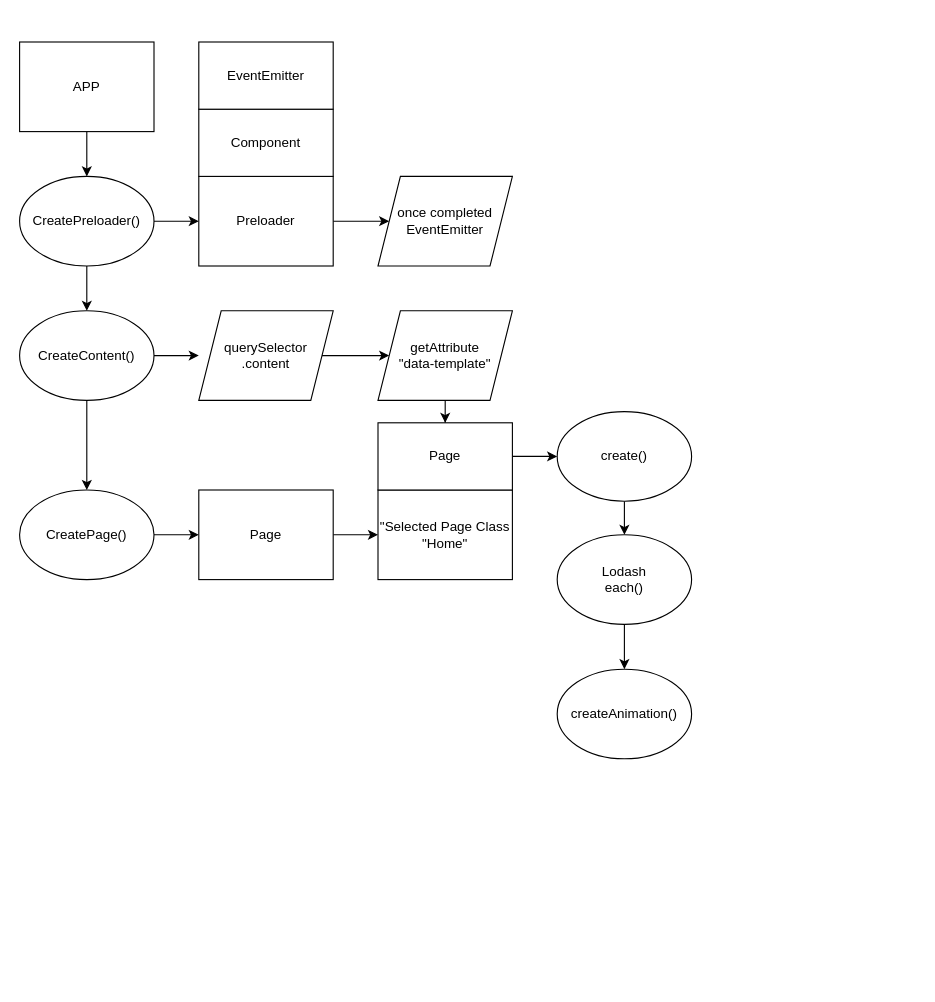
Earlier version of the draw.io diagram Untitled Diagram.drawio (Projet-360/Cours). Source tidied: cells renumbered, new cells numbered last; positions are measured from the earlier drawing's top-left corner, leaving out a move shared by most shapes. Both pictures are drawn from the tidied source at 112%, with x=0, y=0 at pixel (19, 41).
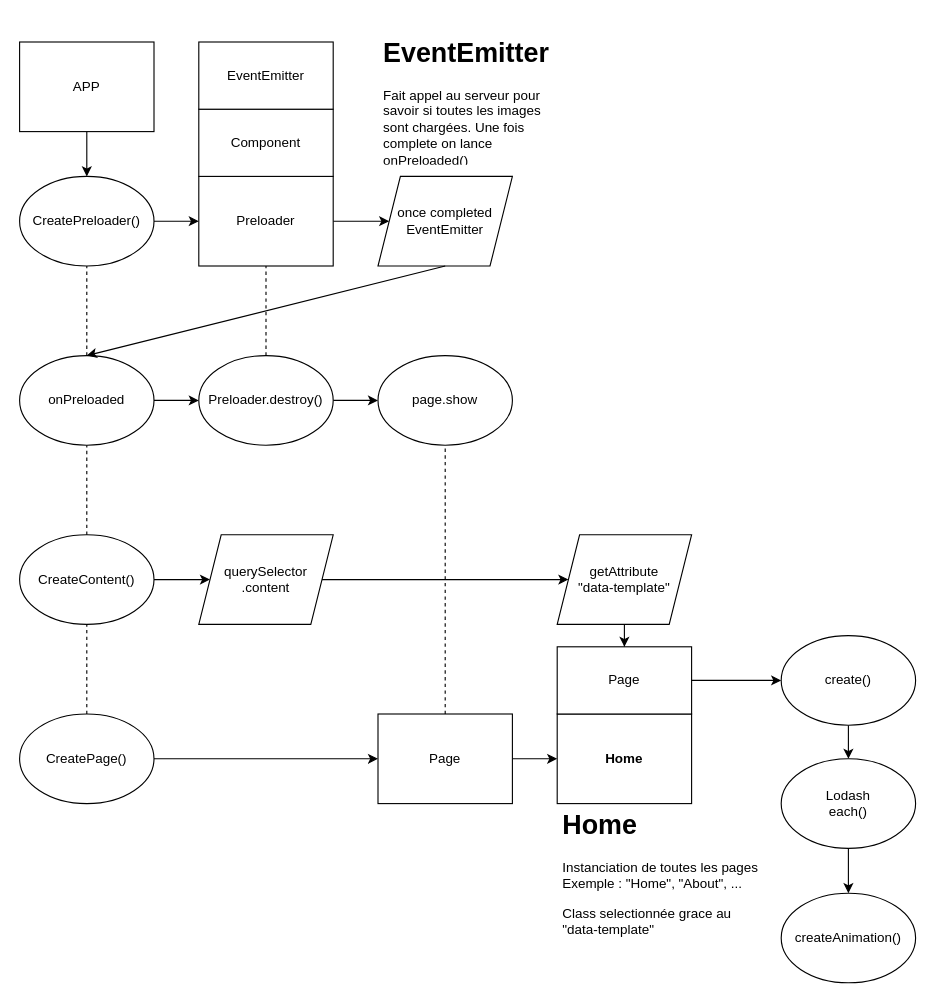
The same diagram, later.

The change refers to these unchanged cells:
```xml
<mxCell id="6" value="CreatePreloader()" style="ellipse;whiteSpace=wrap;html=1;" parent="1" vertex="1">
  <mxGeometry y="120" width="120" height="80" as="geometry" />
</mxCell>
<mxCell id="8" value="Preloader" style="rounded=0;whiteSpace=wrap;html=1;" parent="1" vertex="1">
  <mxGeometry x="160" y="120" width="120" height="80" as="geometry" />
</mxCell>
<mxCell id="14" value="&lt;span&gt;once completed&lt;/span&gt;&lt;br&gt;&lt;span&gt;EventEmitter&lt;/span&gt;" style="shape=parallelogram;perimeter=parallelogramPerimeter;whiteSpace=wrap;html=1;fixedSize=1;rounded=0;" parent="1" vertex="1">
  <mxGeometry x="320" y="120" width="120" height="80" as="geometry" />
</mxCell>
```

Change to the diagram source:
```diff
@@
-    <mxCell id="5" style="edgeStyle=orthogonalEdgeStyle;rounded=0;jettySize=auto;html=1;" parent="1" edge="1" source="6" target="11">
-      <mxGeometry relative="1" as="geometry" />
-    </mxCell>
@@
-    <mxCell id="9" style="edgeStyle=orthogonalEdgeStyle;rounded=0;jettySize=auto;html=1;" parent="1" edge="1" source="11">
-      <mxGeometry relative="1" as="geometry">
-        <mxPoint x="160" y="280" as="targetPoint" />
-      </mxGeometry>
+    <mxCell id="9" style="edgeStyle=orthogonalEdgeStyle;rounded=0;jettySize=auto;html=1;entryX=0;entryY=0.5;entryDx=0;entryDy=0;" parent="1" edge="1" source="11" target="16">
+      <mxGeometry relative="1" as="geometry" />
     </mxCell>
-    <mxCell id="10" style="edgeStyle=orthogonalEdgeStyle;rounded=0;jettySize=auto;html=1;" parent="1" edge="1" source="11" target="20">
-      <mxGeometry relative="1" as="geometry" />
-    </mxCell>
     <mxCell id="11" value="CreateContent()" style="ellipse;whiteSpace=wrap;html=1;" parent="1" vertex="1">
-      <mxGeometry y="240" width="120" height="80" as="geometry" />
+      <mxGeometry y="440" width="120" height="80" as="geometry" />
     </mxCell>
@@
     <mxCell id="16" value="querySelector&lt;br&gt;.content" style="shape=parallelogram;perimeter=parallelogramPerimeter;whiteSpace=wrap;html=1;fixedSize=1;rounded=0;" parent="1" vertex="1">
-      <mxGeometry x="160" y="240" width="120" height="80" as="geometry" />
+      <mxGeometry x="160" y="440" width="120" height="80" as="geometry" />
     </mxCell>
@@
     <mxCell id="18" value="getAttribute&lt;br&gt;&quot;data-template&quot;" style="shape=parallelogram;perimeter=parallelogramPerimeter;whiteSpace=wrap;html=1;fixedSize=1;rounded=0;" parent="1" vertex="1">
-      <mxGeometry x="320" y="240" width="120" height="80" as="geometry" />
+      <mxGeometry x="480" y="440" width="120" height="80" as="geometry" />
     </mxCell>
@@
     <mxCell id="20" value="CreatePage()" style="ellipse;whiteSpace=wrap;html=1;" parent="1" vertex="1">
-      <mxGeometry y="400" width="120" height="80" as="geometry" />
+      <mxGeometry y="600" width="120" height="80" as="geometry" />
     </mxCell>
-    <mxCell id="21" value="&quot;Selected Page Class&lt;br&gt;&quot;Home&quot;" style="rounded=0;whiteSpace=wrap;html=1;" parent="1" vertex="1">
-      <mxGeometry x="320" y="400" width="120" height="80" as="geometry" />
+    <mxCell id="21" value="&lt;b&gt;Home&lt;/b&gt;" style="rounded=0;whiteSpace=wrap;html=1;" parent="1" vertex="1">
+      <mxGeometry x="480" y="600" width="120" height="80" as="geometry" />
     </mxCell>
     <mxCell id="22" value="Page" style="rounded=0;whiteSpace=wrap;html=1;" parent="1" vertex="1">
-      <mxGeometry x="320" y="340" width="120" height="60" as="geometry" />
+      <mxGeometry x="480" y="540" width="120" height="60" as="geometry" />
     </mxCell>
@@
     <mxCell id="24" value="Page" style="rounded=0;whiteSpace=wrap;html=1;" parent="1" vertex="1">
-      <mxGeometry x="160" y="400" width="120" height="80" as="geometry" />
+      <mxGeometry x="320" y="600" width="120" height="80" as="geometry" />
     </mxCell>
@@
     <mxCell id="26" value="create()" style="ellipse;whiteSpace=wrap;html=1;" parent="1" vertex="1">
-      <mxGeometry x="480" y="330" width="120" height="80" as="geometry" />
+      <mxGeometry x="680" y="530" width="120" height="80" as="geometry" />
     </mxCell>
@@
     <mxCell id="28" value="Lodash&lt;br&gt;each()" style="ellipse;whiteSpace=wrap;html=1;" parent="1" vertex="1">
-      <mxGeometry x="480" y="440" width="120" height="80" as="geometry" />
+      <mxGeometry x="680" y="640" width="120" height="80" as="geometry" />
     </mxCell>
     <mxCell id="29" value="createAnimation()" style="ellipse;whiteSpace=wrap;html=1;" parent="1" vertex="1">
-      <mxGeometry x="480" y="560" width="120" height="80" as="geometry" />
+      <mxGeometry x="680" y="760" width="120" height="80" as="geometry" />
     </mxCell>
@@
+    <mxCell id="31" style="edgeStyle=orthogonalEdgeStyle;rounded=0;jettySize=auto;html=1;" parent="1" edge="1" source="32" target="34">
+      <mxGeometry relative="1" as="geometry" />
+    </mxCell>
+    <mxCell id="32" value="onPreloaded" style="ellipse;whiteSpace=wrap;html=1;" parent="1" vertex="1">
+      <mxGeometry y="280" width="120" height="80" as="geometry" />
+    </mxCell>
+    <mxCell id="33" style="edgeStyle=orthogonalEdgeStyle;rounded=0;jettySize=auto;html=1;" parent="1" edge="1" source="34" target="36">
+      <mxGeometry relative="1" as="geometry" />
+    </mxCell>
+    <mxCell id="34" value="Preloader.destroy()" style="ellipse;whiteSpace=wrap;html=1;" parent="1" vertex="1">
+      <mxGeometry x="160" y="280" width="120" height="80" as="geometry" />
+    </mxCell>
+    <mxCell id="35" value="&lt;h1&gt;EventEmitter&lt;/h1&gt;&lt;p&gt;Fait appel au serveur pour savoir si toutes les images sont chargées. Une fois complete on lance onPreloaded()&lt;/p&gt;" style="text;html=1;strokeColor=none;fillColor=none;spacing=5;spacingTop=-20;whiteSpace=wrap;overflow=hidden;rounded=0;" parent="1" vertex="1">
+      <mxGeometry x="320" y="-10" width="160" height="120" as="geometry" />
+    </mxCell>
+    <mxCell id="36" value="page.show" style="ellipse;whiteSpace=wrap;html=1;" parent="1" vertex="1">
+      <mxGeometry x="320" y="280" width="120" height="80" as="geometry" />
+    </mxCell>
+    <mxCell id="37" style="endArrow=classic;html=1;rounded=0;exitX=0.5;exitY=1;exitDx=0;exitDy=0;entryX=0.5;entryY=0;entryDx=0;entryDy=0;" parent="1" edge="1" source="14" target="32">
+      <mxGeometry relative="1" as="geometry" />
+    </mxCell>
+    <mxCell id="38" style="endArrow=none;dashed=1;html=1;rounded=0;entryX=0.5;entryY=1;entryDx=0;entryDy=0;exitX=0.5;exitY=0;exitDx=0;exitDy=0;" parent="1" edge="1" source="32" target="6">
+      <mxGeometry relative="1" as="geometry" />
+    </mxCell>
+    <mxCell id="39" style="endArrow=none;dashed=1;html=1;rounded=0;entryX=0.5;entryY=1;entryDx=0;entryDy=0;" parent="1" edge="1" source="34" target="8">
+      <mxGeometry relative="1" as="geometry" />
+    </mxCell>
+    <mxCell id="40" style="endArrow=none;dashed=1;html=1;rounded=0;entryX=0.5;entryY=1;entryDx=0;entryDy=0;exitX=0.5;exitY=0;exitDx=0;exitDy=0;" parent="1" edge="1" source="24" target="36">
+      <mxGeometry relative="1" as="geometry" />
+    </mxCell>
+    <mxCell id="41" style="endArrow=none;dashed=1;html=1;rounded=0;entryX=0.5;entryY=1;entryDx=0;entryDy=0;exitX=0.5;exitY=0;exitDx=0;exitDy=0;" parent="1" edge="1" source="11" target="32">
+      <mxGeometry relative="1" as="geometry" />
+    </mxCell>
+    <mxCell id="42" style="endArrow=none;dashed=1;html=1;rounded=0;exitX=0.5;exitY=0;exitDx=0;exitDy=0;entryX=0.5;entryY=1;entryDx=0;entryDy=0;" parent="1" edge="1" source="20" target="11">
+      <mxGeometry relative="1" as="geometry" />
+    </mxCell>
+    <mxCell id="43" value="&lt;h1&gt;Home&lt;/h1&gt;&lt;p&gt;Instanciation de toutes les pages Exemple : &quot;Home&quot;, &quot;About&quot;, ...&lt;/p&gt;&lt;p&gt;Class selectionnée grace au &quot;data-template&quot;&lt;/p&gt;" style="text;html=1;strokeColor=none;fillColor=none;spacing=5;spacingTop=-20;whiteSpace=wrap;overflow=hidden;rounded=0;" parent="1" vertex="1">
+      <mxGeometry x="480" y="680" width="190" height="120" as="geometry" />
+    </mxCell>
```
